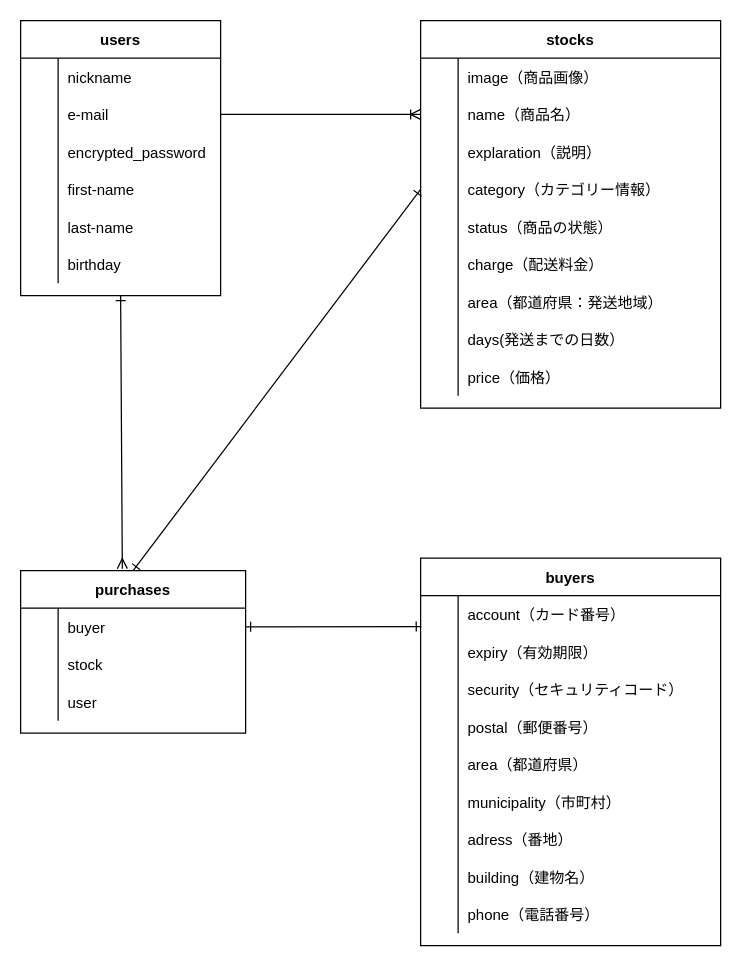
This is ER.dio from batasho/furima-36829, a draw.io file, before an edit. Source tidied: cells renumbered, new cells numbered last; positions are measured from the earlier drawing's top-left corner, leaving out a move shared by most shapes. Both pictures are drawn from the tidied source at 125%, with x=0, y=0 at pixel (20, 20).
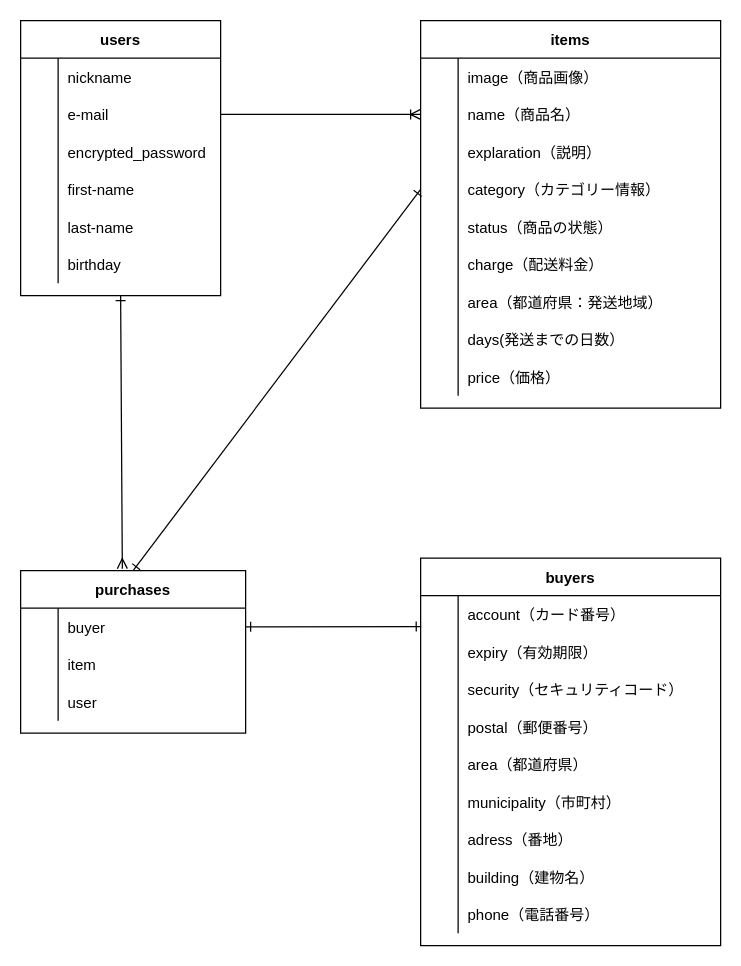
The same page after the edit.

Unchanged cells that the change refers to:
```xml
<mxCell id="84" style="shape=partialRectangle;fillColor=none;top=0;left=0;bottom=0;right=0;" parent="80" vertex="1">
  <mxGeometry y="60" width="180" height="30" as="geometry" />
</mxCell>
```

The edit, as a diff of the source:
```diff
@@
-    <mxCell id="22" value="stocks" style="shape=table;startSize=30;childLayout=tableLayout;rowLines=0;fontStyle=1;align=center;" parent="1" vertex="1">
+    <mxCell id="22" value="items" style="shape=table;startSize=30;childLayout=tableLayout;rowLines=0;fontStyle=1;align=center;" parent="1" vertex="1">
       <mxGeometry x="320" width="240" height="310" as="geometry" />
     </mxCell>
@@
-    <mxCell id="86" value="stock" style="shape=partialRectangle;fillColor=none;top=0;left=0;bottom=0;right=0;align=left;spacingLeft=6;overflow=hidden;" parent="84" vertex="1">
+    <mxCell id="86" value="item" style="shape=partialRectangle;fillColor=none;top=0;left=0;bottom=0;right=0;align=left;spacingLeft=6;overflow=hidden;" parent="84" vertex="1">
       <mxGeometry x="30" width="150" height="30" as="geometry" />
     </mxCell>
```
